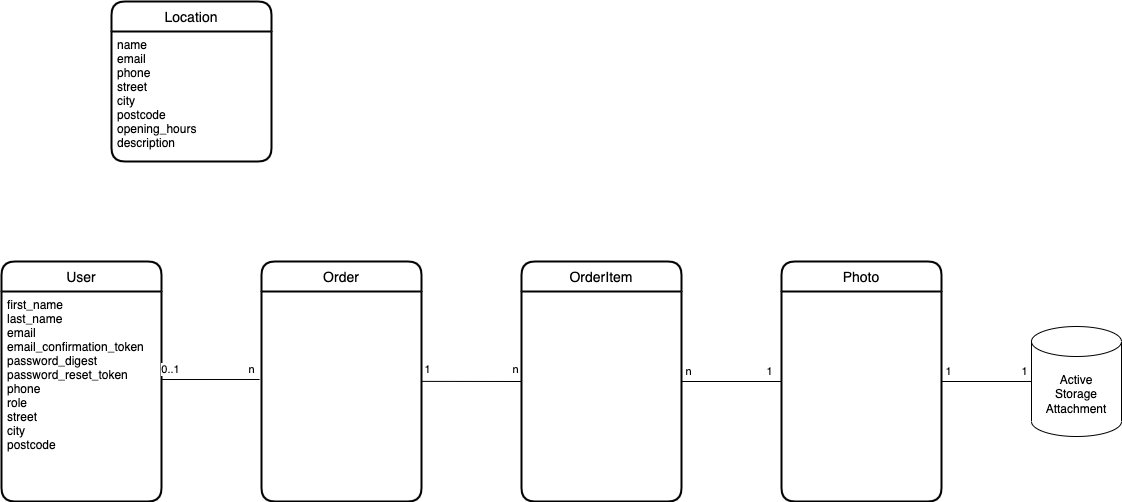
seionline/kodak keeps this draw.io diagram as doc/entity-relationship.drawio.png. Above is the earlier version. Source tidied: cells renumbered, new cells last; positions are measured from the earlier drawing's top-left corner, leaving out a move shared by most shapes.
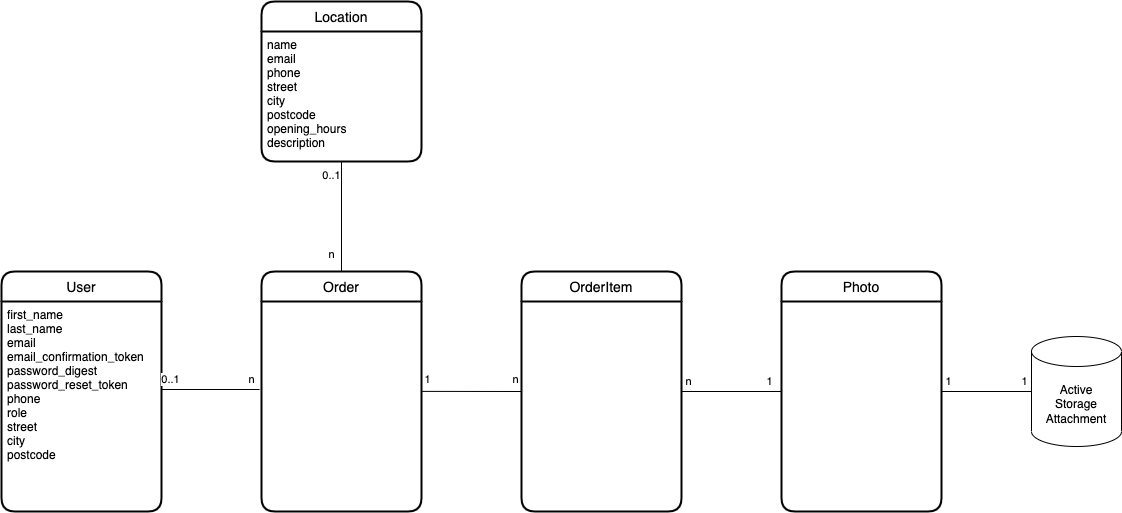
After the commit.

The edit, as a diff of the source:
```diff
@@ -9,11 +9,24 @@
       <mxGeometry y="30" width="160" height="210" as="geometry" />
     </mxCell>
     <mxCell id="4" value="Location" style="swimlane;horizontal=1;startSize=30;rounded=1;fontSize=14;fontStyle=0;strokeWidth=2;shadow=0;dashed=0;align=center;" parent="1" vertex="1">
-      <mxGeometry x="110" width="160" height="160" as="geometry" />
+      <mxGeometry x="260" y="-10" width="160" height="160" as="geometry" />
     </mxCell>
     <mxCell id="5" value="name&#10;email&#10;phone&#10;street&#10;city&#10;postcode&#10;opening_hours&#10;description" style="align=left;strokeColor=none;fillColor=none;spacingLeft=4;fontSize=12;verticalAlign=top;" parent="4" vertex="1">
       <mxGeometry y="30" width="160" height="130" as="geometry" />
     </mxCell>
+    <mxCell id="23" style="edgeStyle=none;html=1;entryX=0.5;entryY=1;entryDx=0;entryDy=0;endArrow=none;endFill=0;" parent="1" edge="1" source="6" target="5">
+      <mxGeometry relative="1" as="geometry" />
+    </mxCell>
+    <mxCell id="24" value="n" style="edgeLabel;html=1;align=center;verticalAlign=middle;" parent="23" vertex="1">
+      <mxGeometry x="-0.7" y="-2" relative="1" as="geometry">
+        <mxPoint x="-12" as="offset" />
+      </mxGeometry>
+    </mxCell>
+    <mxCell id="25" value="0..1" style="edgeLabel;html=1;align=center;verticalAlign=middle;" parent="23" vertex="1">
+      <mxGeometry x="0.74" y="-2" relative="1" as="geometry">
+        <mxPoint x="-12" as="offset" />
+      </mxGeometry>
+    </mxCell>
     <mxCell id="6" value="Order" style="swimlane;horizontal=1;startSize=30;rounded=1;fontSize=14;fontStyle=0;strokeWidth=2;shadow=0;dashed=0;align=center;" parent="1" vertex="1">
       <mxGeometry x="260" y="260" width="160" height="240" as="geometry" />
     </mxCell>
```
